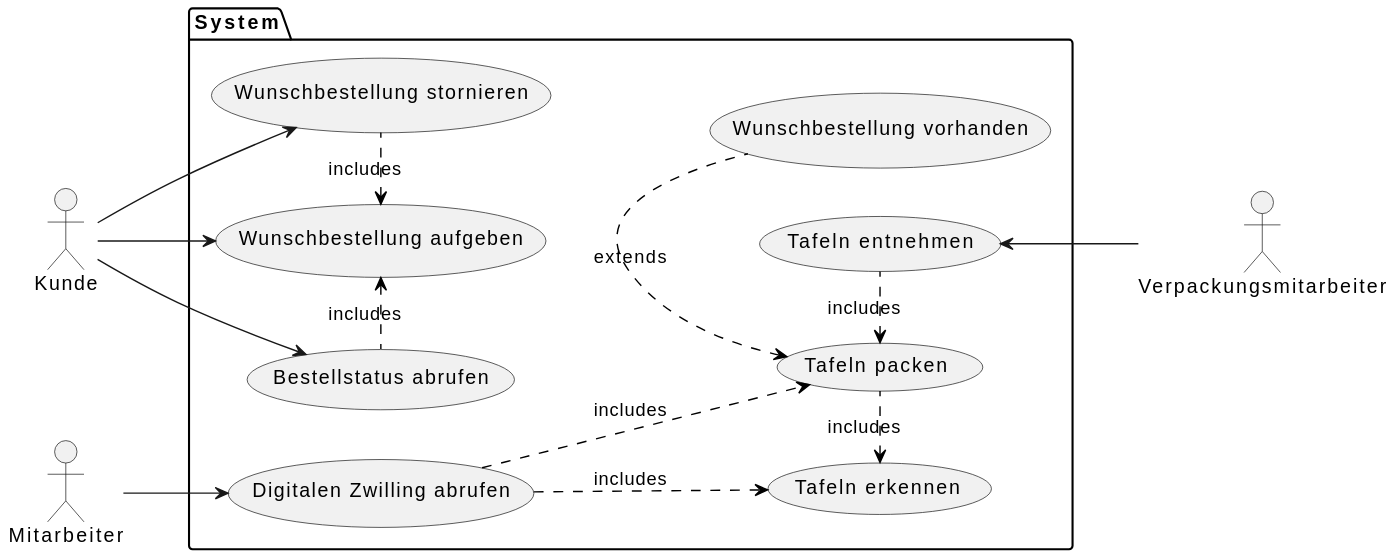
Earlier version of the PlantUML export Vernetzte_Produktionssysteme/UML Diagramme/Use_Case_Diagram.svg (hajo1038/KI_Projekt).
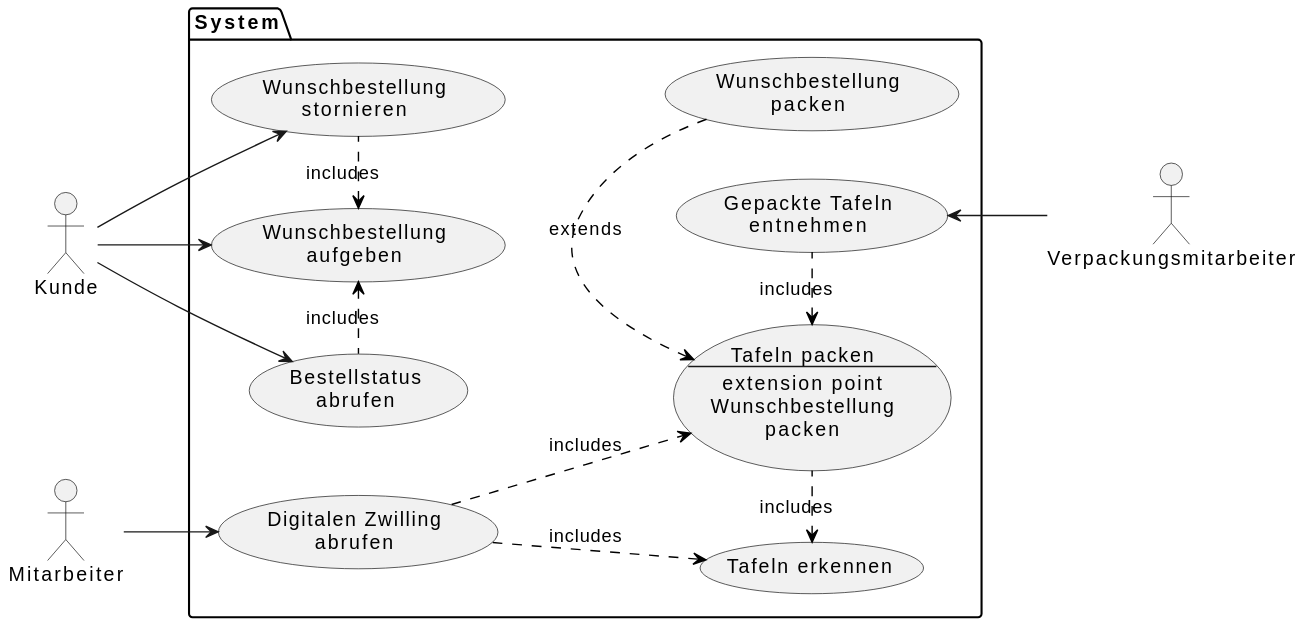
Above is the later version.

Commit message:
neue Diagramme

What changed in the source:
```diff
@@ -2,13 +2,17 @@
 left to right direction
 
 package System {
-  usecase "Bestellstatus abrufen" as UC9
-  usecase "Wunschbestellung aufgeben" as UC1
-  usecase "Wunschbestellung stornieren" as UC5
-  usecase "Wunschbestellung vorhanden" as UC2
-  usecase "Digitalen Zwilling abrufen" as UC4
-  usecase "Tafeln packen" as UC6
-  usecase "Tafeln entnehmen" as UC7
+  usecase "Bestellstatus\nabrufen" as UC9
+  usecase "Wunschbestellung\naufgeben" as UC1
+  usecase "Wunschbestellung\nstornieren" as UC5
+  usecase "Wunschbestellung\npacken" as UC2
+  usecase "Digitalen Zwilling\nabrufen" as UC4
+  usecase UC6 as "Tafeln packen
+--
+extension point
+Wunschbestellung
+packen"
+  usecase "Gepackte Tafeln\nentnehmen" as UC7
   usecase "Tafeln erkennen" as UC8
 }
 
```
